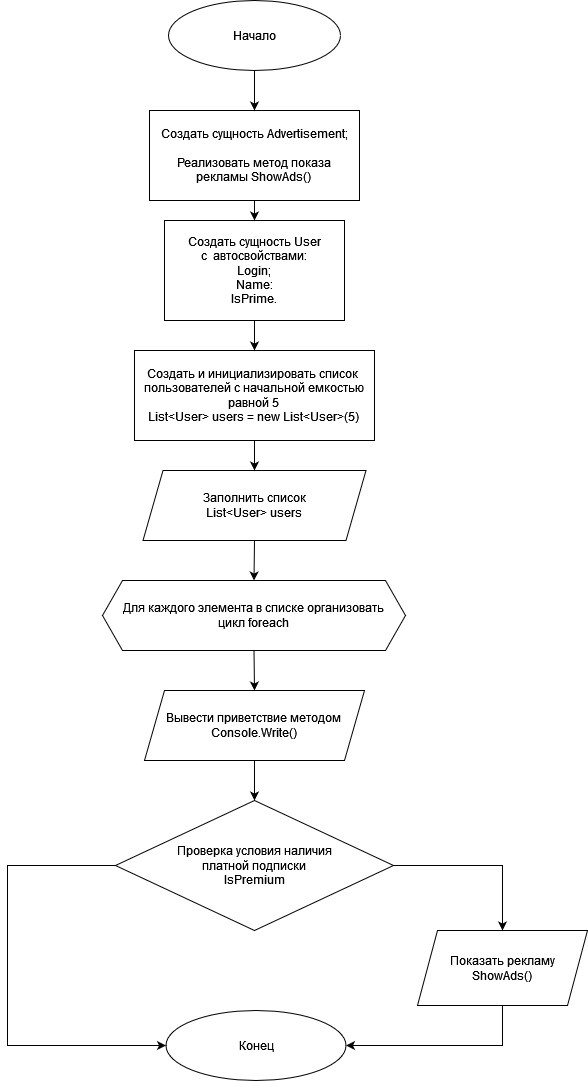
Earlier version of the draw.io export Task_12._1._5 Diagram.drawio.png (Smaug-The-Golden/Task-12.1.5). Source tidied: cells renumbered, new cells last; positions are measured from the earlier drawing's top-left corner, leaving out a move shared by most shapes.
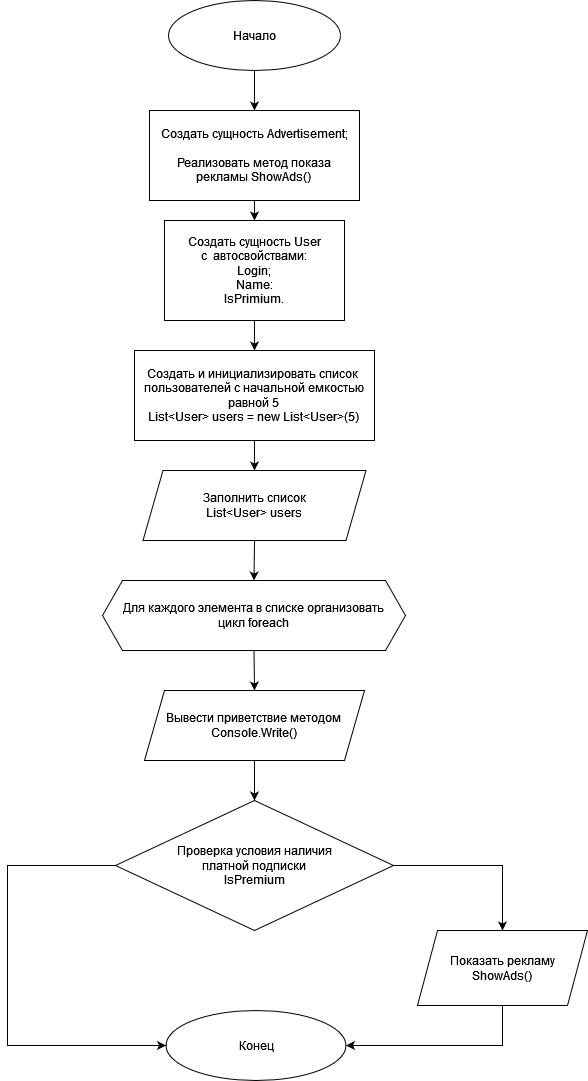
Later version of the same file.

What changed in the source:
```diff
@@ -8,7 +8,7 @@
     <mxCell id="3" value="&lt;div&gt;Создать и инициализировать список&amp;nbsp; пользователей с начальной емкостью равной 5&lt;br&gt;&lt;/div&gt;&lt;div&gt;List&amp;lt;User&amp;gt; users = new List&amp;lt;User&amp;gt;(5)&lt;br&gt;&lt;/div&gt;" style="rounded=0;whiteSpace=wrap;html=1;" parent="1" vertex="1">
       <mxGeometry x="127" y="350" width="240" height="90" as="geometry" />
     </mxCell>
-    <mxCell id="4" value="&lt;div&gt;Создать сущность User&lt;/div&gt;&lt;div&gt;с&amp;nbsp; автосвойствами: &lt;br&gt;&lt;/div&gt;&lt;div&gt;Login;&lt;/div&gt;&lt;div&gt;Name:&lt;/div&gt;&lt;div&gt;IsPrime.&lt;br&gt;&lt;/div&gt;" style="rounded=0;whiteSpace=wrap;html=1;" parent="1" vertex="1">
+    <mxCell id="4" value="&lt;div&gt;Создать сущность User&lt;/div&gt;&lt;div&gt;с&amp;nbsp; автосвойствами: &lt;br&gt;&lt;/div&gt;&lt;div&gt;Login;&lt;/div&gt;&lt;div&gt;Name:&lt;/div&gt;&lt;div&gt;IsPrimium.&lt;br&gt;&lt;/div&gt;" style="rounded=0;whiteSpace=wrap;html=1;" parent="1" vertex="1">
       <mxGeometry x="157" y="220" width="180" height="100" as="geometry" />
     </mxCell>
     <mxCell id="5" value="&lt;div&gt;Создать сущность Advertisement;&lt;/div&gt;&lt;div&gt;&lt;br&gt;&lt;/div&gt;&lt;div&gt;Реализовать метод показа рекламы ShowAds()&lt;br&gt; &lt;/div&gt;" style="rounded=0;whiteSpace=wrap;html=1;" parent="1" vertex="1">
```
